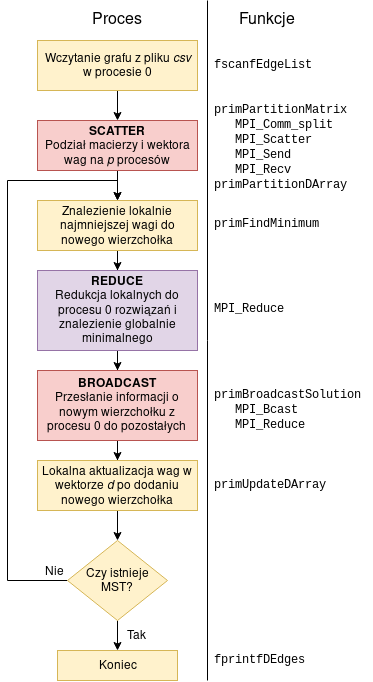
This is doc/srir.png from StanKarp0/srir_prim, a draw.io export, as it was before one commit. Source tidied: cells renumbered, new cells last; positions are measured from the earlier drawing's top-left corner, leaving out a move shared by most shapes. Its diagram source:
```xml
<mxGraphModel>
  <root>
    <mxCell id="0" />
    <mxCell id="1" parent="0" />
    <mxCell id="2" style="edgeStyle=orthogonalEdgeStyle;rounded=0;jettySize=auto;html=1;exitX=0.5;exitY=1;exitDx=0;exitDy=0;entryX=0.5;entryY=0;entryDx=0;entryDy=0;" parent="1" edge="1" source="3" target="5">
      <mxGeometry relative="1" as="geometry" />
    </mxCell>
    <mxCell id="3" value="&lt;div&gt;Wczytanie grafu z pliku &lt;i&gt;csv&lt;/i&gt;&lt;/div&gt;w procesie 0" style="rounded=0;whiteSpace=wrap;html=1;fillColor=#fff2cc;strokeColor=#d6b656;" parent="1" vertex="1">
      <mxGeometry x="30" y="40" width="160" height="50" as="geometry" />
    </mxCell>
    <mxCell id="4" style="edgeStyle=orthogonalEdgeStyle;rounded=0;jettySize=auto;html=1;exitX=0.5;exitY=1;exitDx=0;exitDy=0;entryX=0.5;entryY=0;entryDx=0;entryDy=0;" parent="1" edge="1" source="5" target="7">
      <mxGeometry relative="1" as="geometry" />
    </mxCell>
    <mxCell id="5" value="&lt;div&gt;&lt;b&gt;SCATTER&lt;/b&gt;&lt;br&gt;&lt;/div&gt;&lt;div&gt;Podział macierzy i wektora wag na &lt;i&gt;p&lt;/i&gt; procesów&lt;br&gt;&lt;/div&gt;" style="rounded=0;whiteSpace=wrap;html=1;fillColor=#f8cecc;strokeColor=#b85450;" parent="1" vertex="1">
      <mxGeometry x="30" y="120" width="160" height="50" as="geometry" />
    </mxCell>
    <mxCell id="6" style="edgeStyle=orthogonalEdgeStyle;rounded=0;jettySize=auto;html=1;exitX=0.5;exitY=1;exitDx=0;exitDy=0;" parent="1" edge="1" source="7" target="9">
      <mxGeometry relative="1" as="geometry" />
    </mxCell>
    <mxCell id="7" value="Znalezienie lokalnie najmniejszej wagi do nowego wierzchołka" style="rounded=0;whiteSpace=wrap;html=1;fillColor=#fff2cc;strokeColor=#d6b656;" parent="1" vertex="1">
      <mxGeometry x="30" y="200" width="160" height="50" as="geometry" />
    </mxCell>
    <mxCell id="8" style="edgeStyle=orthogonalEdgeStyle;rounded=0;jettySize=auto;html=1;exitX=0.5;exitY=1;exitDx=0;exitDy=0;" parent="1" edge="1" source="9" target="11">
      <mxGeometry relative="1" as="geometry" />
    </mxCell>
    <mxCell id="9" value="&lt;div&gt;&lt;b&gt;REDUCE&lt;/b&gt;&lt;/div&gt;&lt;div&gt;Redukcja lokalnych do procesu 0 rozwiązań i znalezienie globalnie minimalnego&lt;/div&gt;" style="rounded=0;whiteSpace=wrap;html=1;fillColor=#e1d5e7;strokeColor=#9673a6;" parent="1" vertex="1">
      <mxGeometry x="30" y="270" width="160" height="80" as="geometry" />
    </mxCell>
    <mxCell id="10" style="edgeStyle=orthogonalEdgeStyle;rounded=0;jettySize=auto;html=1;exitX=0.5;exitY=1;exitDx=0;exitDy=0;" parent="1" edge="1" source="11" target="13">
      <mxGeometry relative="1" as="geometry" />
    </mxCell>
    <mxCell id="11" value="&lt;div&gt;&lt;b&gt;BROADCAST&lt;/b&gt;&lt;/div&gt;&lt;div&gt;Przesłanie informacji o nowym wierzchołku z procesu 0 do pozostałych&lt;br&gt;&lt;/div&gt;" style="rounded=0;whiteSpace=wrap;html=1;fillColor=#f8cecc;strokeColor=#b85450;" parent="1" vertex="1">
      <mxGeometry x="30" y="370" width="160" height="70" as="geometry" />
    </mxCell>
    <mxCell id="12" style="edgeStyle=orthogonalEdgeStyle;rounded=0;jettySize=auto;html=1;exitX=0.5;exitY=1;exitDx=0;exitDy=0;" parent="1" edge="1" source="13" target="16">
      <mxGeometry relative="1" as="geometry" />
    </mxCell>
    <mxCell id="13" value="&lt;div&gt;Lokalna aktualizacja wag w wektorze &lt;i&gt;d&lt;/i&gt; po dodaniu nowego wierzchołka&lt;br&gt;&lt;/div&gt;" style="rounded=0;whiteSpace=wrap;html=1;fillColor=#fff2cc;strokeColor=#d6b656;" parent="1" vertex="1">
      <mxGeometry x="30" y="460" width="160" height="50" as="geometry" />
    </mxCell>
    <mxCell id="14" style="edgeStyle=orthogonalEdgeStyle;rounded=0;jettySize=auto;html=1;exitX=0;exitY=0.5;exitDx=0;exitDy=0;entryX=0.5;entryY=0;entryDx=0;entryDy=0;" parent="1" edge="1" source="16" target="7">
      <mxGeometry relative="1" as="geometry">
        <Array as="points">
          <mxPoint y="580" />
          <mxPoint y="180" />
          <mxPoint x="110" y="180" />
        </Array>
      </mxGeometry>
    </mxCell>
    <mxCell id="15" style="edgeStyle=orthogonalEdgeStyle;rounded=0;jettySize=auto;html=1;exitX=0.5;exitY=1;exitDx=0;exitDy=0;" parent="1" edge="1" source="16" target="18">
      <mxGeometry relative="1" as="geometry" />
    </mxCell>
    <mxCell id="16" value="Czy istnieje MST?" style="rhombus;whiteSpace=wrap;html=1;fillColor=#fff2cc;strokeColor=#d6b656;" parent="1" vertex="1">
      <mxGeometry x="60" y="540" width="100" height="80" as="geometry" />
    </mxCell>
    <mxCell id="17" value="Nie" style="text;html=1;align=left;verticalAlign=top;spacingTop=-4;" parent="1" vertex="1">
      <mxGeometry x="36" y="562" width="30" height="20" as="geometry" />
    </mxCell>
    <mxCell id="18" value="Koniec" style="rounded=0;whiteSpace=wrap;html=1;fillColor=#fff2cc;strokeColor=#d6b656;" parent="1" vertex="1">
      <mxGeometry x="50" y="650" width="120" height="30" as="geometry" />
    </mxCell>
    <mxCell id="19" value="Tak" style="text;html=1;align=left;verticalAlign=top;spacingTop=-4;" parent="1" vertex="1">
      <mxGeometry x="118" y="626" width="30" height="20" as="geometry" />
    </mxCell>
    <mxCell id="20" value="&lt;div&gt;&lt;font face=&quot;Courier New&quot;&gt;fscanfEdgeList&lt;/font&gt;&lt;/div&gt;" style="text;html=1;align=left;verticalAlign=top;spacingTop=-4;" parent="1" vertex="1">
      <mxGeometry x="205" y="55" width="110" height="20" as="geometry" />
    </mxCell>
    <mxCell id="21" value="&lt;font style=&quot;font-size: 16px&quot;&gt;Proces&lt;/font&gt;" style="text;html=1;align=left;verticalAlign=top;spacingTop=-4;" parent="1" vertex="1">
      <mxGeometry x="83" y="8" width="70" height="20" as="geometry" />
    </mxCell>
    <mxCell id="22" value="&lt;font style=&quot;font-size: 16px&quot;&gt;Funkcje&lt;/font&gt;" style="text;html=1;align=left;verticalAlign=top;spacingTop=-4;" parent="1" vertex="1">
      <mxGeometry x="230" y="8" width="70" height="20" as="geometry" />
    </mxCell>
    <mxCell id="23" value="&lt;div&gt;&lt;font face=&quot;Courier New&quot;&gt;primPartitionMatrix&lt;/font&gt;&lt;/div&gt;&lt;div&gt;&lt;font face=&quot;Courier New&quot;&gt;&amp;nbsp;&amp;nbsp; &lt;span&gt;MPI_Comm_split&lt;/span&gt;&lt;/font&gt;&lt;/div&gt;&lt;div&gt;&lt;font face=&quot;Courier New&quot;&gt;&amp;nbsp;&amp;nbsp; MPI_Scatter&lt;/font&gt;&lt;/div&gt;&lt;div&gt;&lt;font face=&quot;Courier New&quot;&gt;&amp;nbsp;&amp;nbsp; MPI_Send&lt;/font&gt;&lt;/div&gt;&lt;div&gt;&lt;font face=&quot;Courier New&quot;&gt;&amp;nbsp;&amp;nbsp; MPI_Recv&lt;br&gt;&lt;/font&gt;&lt;/div&gt;&lt;div&gt;&lt;font face=&quot;Courier New&quot;&gt;primPartitionDArray&lt;br&gt;&lt;/font&gt;&lt;/div&gt;" style="text;html=1;align=left;verticalAlign=top;spacingTop=-4;" parent="1" vertex="1">
      <mxGeometry x="205" y="99.5" width="150" height="90" as="geometry" />
    </mxCell>
    <mxCell id="24" value="&lt;font face=&quot;Courier New&quot;&gt;primFindMinimum&lt;/font&gt;" style="text;html=1;align=left;verticalAlign=top;spacingTop=-4;" parent="1" vertex="1">
      <mxGeometry x="205" y="214" width="120" height="20" as="geometry" />
    </mxCell>
    <mxCell id="25" value="&lt;font face=&quot;Courier New&quot;&gt;MPI_Reduce&lt;/font&gt;" style="text;html=1;align=left;verticalAlign=top;spacingTop=-4;" parent="1" vertex="1">
      <mxGeometry x="205" y="299" width="90" height="20" as="geometry" />
    </mxCell>
    <mxCell id="26" value="&lt;div&gt;&lt;font face=&quot;Courier New&quot;&gt;primBroadcastSolution&lt;br&gt;&lt;/font&gt;&lt;/div&gt;&lt;div&gt;&lt;font face=&quot;Courier New&quot;&gt;&amp;nbsp;&amp;nbsp; MPI_Bcast&lt;/font&gt;&lt;/div&gt;&lt;div&gt;&lt;font face=&quot;Courier New&quot;&gt;&amp;nbsp;&amp;nbsp; MPI_Reduce&lt;/font&gt;&lt;br&gt;&lt;font face=&quot;Courier New&quot;&gt;&lt;/font&gt;&lt;/div&gt;" style="text;html=1;align=left;verticalAlign=top;spacingTop=-4;" parent="1" vertex="1">
      <mxGeometry x="205" y="385" width="160" height="50" as="geometry" />
    </mxCell>
    <mxCell id="27" value="&lt;font face=&quot;Courier New&quot;&gt;primUpdateDArray&lt;/font&gt;" style="text;html=1;align=left;verticalAlign=top;spacingTop=-4;" parent="1" vertex="1">
      <mxGeometry x="205" y="475" width="130" height="20" as="geometry" />
    </mxCell>
    <mxCell id="28" value="&lt;font face=&quot;Courier New&quot;&gt;fprintfDEdges&lt;/font&gt;" style="text;html=1;align=left;verticalAlign=top;spacingTop=-4;" parent="1" vertex="1">
      <mxGeometry x="205" y="650" width="110" height="20" as="geometry" />
    </mxCell>
    <mxCell id="29" style="endArrow=none;html=1;" parent="1" edge="1">
      <mxGeometry relative="1" as="geometry">
        <mxPoint x="200" y="680" as="sourcePoint" />
        <mxPoint x="200" as="targetPoint" />
      </mxGeometry>
    </mxCell>
  </root>
</mxGraphModel>
```
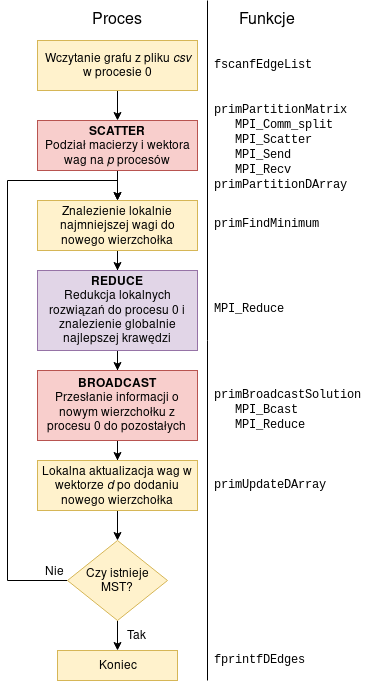
The same diagram one commit later.

What changed in the source:
```diff
@@ -23,7 +23,7 @@
     <mxCell id="8" style="edgeStyle=orthogonalEdgeStyle;rounded=0;jettySize=auto;html=1;exitX=0.5;exitY=1;exitDx=0;exitDy=0;" parent="1" edge="1" source="9" target="11">
       <mxGeometry relative="1" as="geometry" />
     </mxCell>
-    <mxCell id="9" value="&lt;div&gt;&lt;b&gt;REDUCE&lt;/b&gt;&lt;/div&gt;&lt;div&gt;Redukcja lokalnych do procesu 0 rozwiązań i znalezienie globalnie minimalnego&lt;/div&gt;" style="rounded=0;whiteSpace=wrap;html=1;fillColor=#e1d5e7;strokeColor=#9673a6;" parent="1" vertex="1">
+    <mxCell id="9" value="&lt;div&gt;&lt;b&gt;REDUCE&lt;/b&gt;&lt;/div&gt;&lt;div&gt;Redukcja lokalnych rozwiązań do procesu 0 i znalezienie globalnie najlepszej krawędzi&lt;br&gt;&lt;/div&gt;" style="rounded=0;whiteSpace=wrap;html=1;fillColor=#e1d5e7;strokeColor=#9673a6;" parent="1" vertex="1">
       <mxGeometry x="30" y="270" width="160" height="80" as="geometry" />
     </mxCell>
     <mxCell id="10" style="edgeStyle=orthogonalEdgeStyle;rounded=0;jettySize=auto;html=1;exitX=0.5;exitY=1;exitDx=0;exitDy=0;" parent="1" edge="1" source="11" target="13">
```
